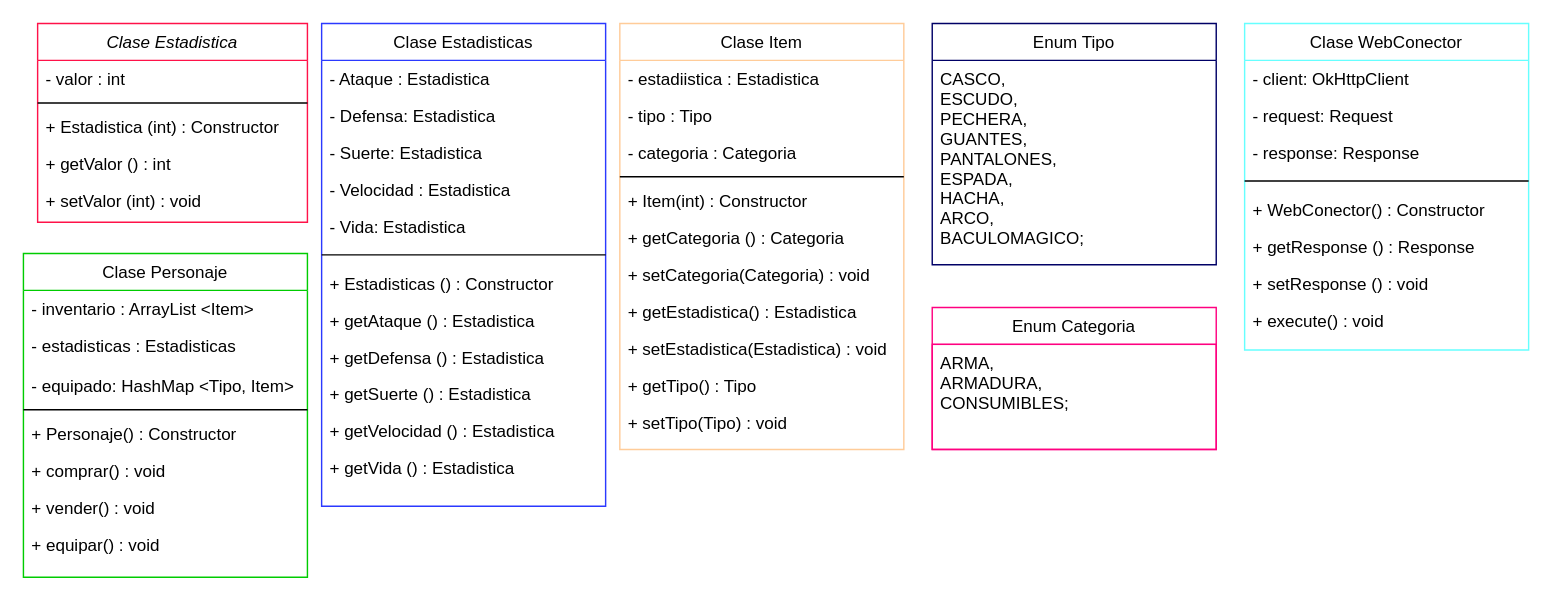
Earlier version of the draw.io diagram Diagrama de Clases.drawio (AndrewGutierrezCastro/TiendaRPG). Source tidied: cells renumbered, new cells numbered last; positions are measured from the earlier drawing's top-left corner, leaving out a move shared by most shapes. Both pictures are drawn from the tidied source at 142%, with x=0, y=0 at pixel (23, 23).
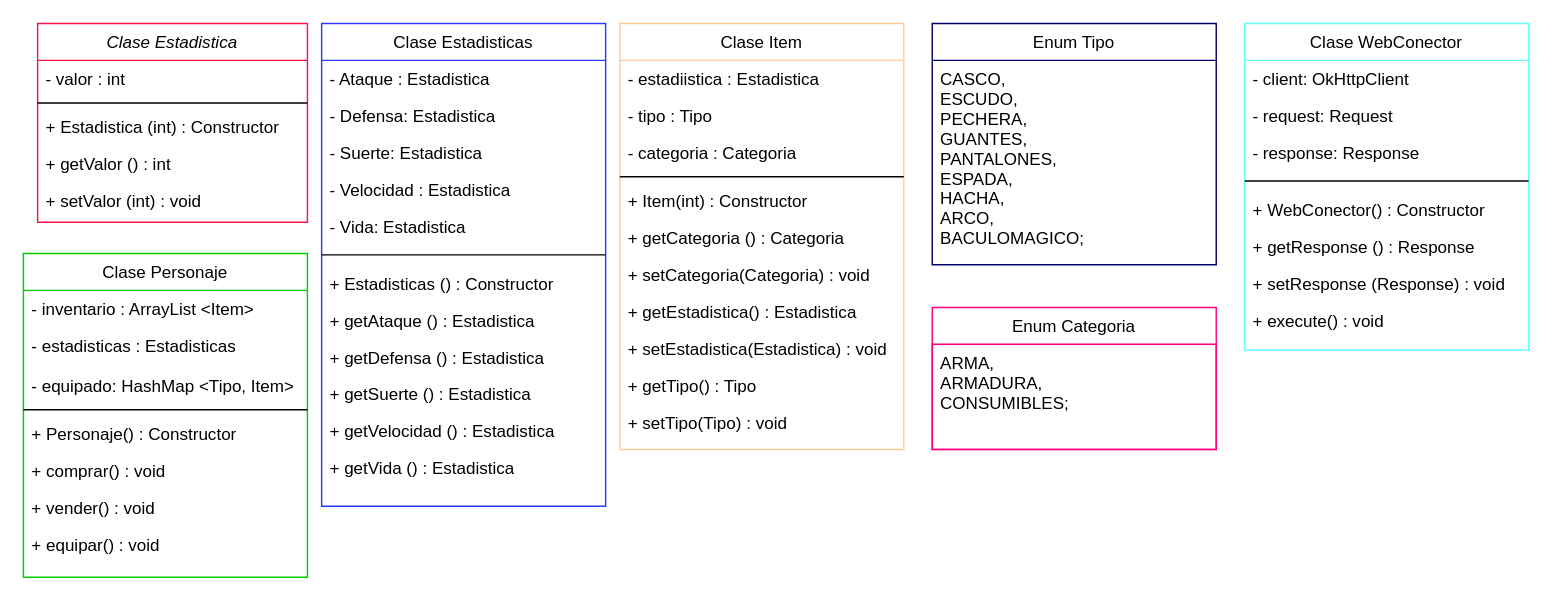
The same diagram, later.

Commit message:
Fix del Diagrama de clases

The change refers to these unchanged cells:
```xml
<mxCell id="46" value="Clase WebConector" style="swimlane;fontStyle=0;align=center;verticalAlign=top;horizontal=1;startSize=26;rounded=0;shadow=0;strokeWidth=1;strokeColor=#66FFFF;" parent="1" vertex="1">
  <mxGeometry x="860" width="200" height="230" as="geometry" />
</mxCell>
```

The edit, as a diff of the source:
```diff
@@
-    <mxCell id="53" value="+ setResponse () : void" style="text;align=left;verticalAlign=top;spacingLeft=4;spacingRight=4;overflow=hidden;" parent="46" vertex="1">
+    <mxCell id="53" value="+ setResponse (Response) : void" style="text;align=left;verticalAlign=top;spacingLeft=4;spacingRight=4;overflow=hidden;" parent="46" vertex="1">
       <mxGeometry y="170" width="200" height="26" as="geometry" />
     </mxCell>
```
